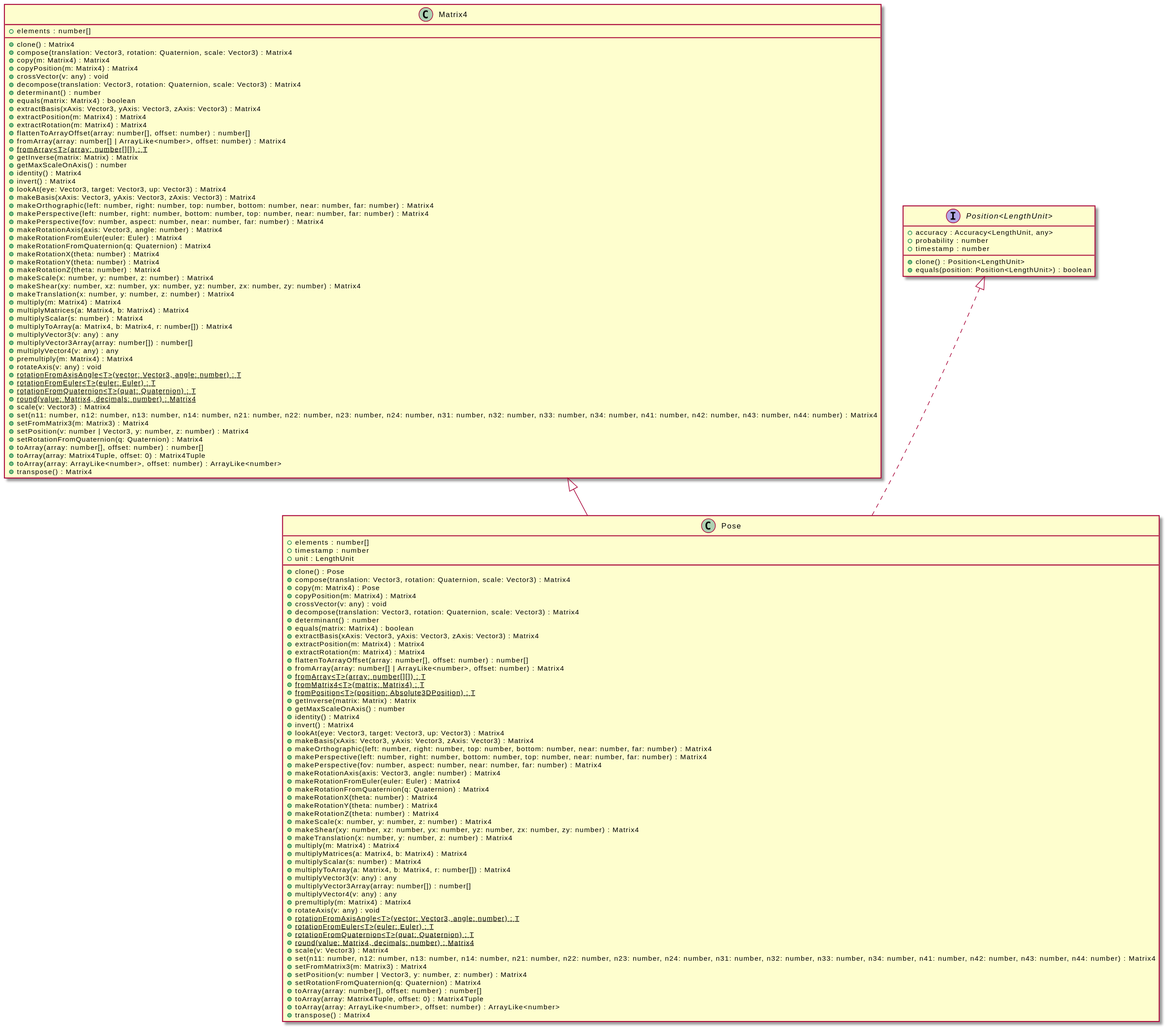
Before: assets/Pose-umlClassDiagram-4062.svg, a diagram exported from PlantUML (OpenHPS/openhps-core).
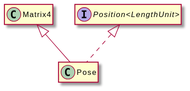
After the commit.

What changed in the source:
```diff
@@ -3,130 +3,11 @@
 hide empty methods
 hide empty fields
 class "Pose" {
-    +elements : number[]
-    +timestamp : number
-    +unit : LengthUnit
-    +clone() : Pose
-    +compose(translation: Vector3, rotation: Quaternion, scale: Vector3) : Matrix4
-    +copy(m: Matrix4) : Pose
-    +copyPosition(m: Matrix4) : Matrix4
-    +crossVector(v: any) : void
-    +decompose(translation: Vector3, rotation: Quaternion, scale: Vector3) : Matrix4
-    +determinant() : number
-    +equals(matrix: Matrix4) : boolean
-    +extractBasis(xAxis: Vector3, yAxis: Vector3, zAxis: Vector3) : Matrix4
-    +extractPosition(m: Matrix4) : Matrix4
-    +extractRotation(m: Matrix4) : Matrix4
-    +flattenToArrayOffset(array: number[], offset: number) : number[]
-    +fromArray(array: number[] | ArrayLike<number>, offset: number) : Matrix4
-    {static} +fromArray<T>(array: number[][]) : T
-    {static} +fromMatrix4<T>(matrix: Matrix4) : T
-    {static} +fromPosition<T>(position: Absolute3DPosition) : T
-    +getInverse(matrix: Matrix) : Matrix
-    +getMaxScaleOnAxis() : number
-    +identity() : Matrix4
-    +invert() : Matrix4
-    +lookAt(eye: Vector3, target: Vector3, up: Vector3) : Matrix4
-    +makeBasis(xAxis: Vector3, yAxis: Vector3, zAxis: Vector3) : Matrix4
-    +makeOrthographic(left: number, right: number, top: number, bottom: number, near: number, far: number) : Matrix4
-    +makePerspective(left: number, right: number, bottom: number, top: number, near: number, far: number) : Matrix4
-    +makePerspective(fov: number, aspect: number, near: number, far: number) : Matrix4
-    +makeRotationAxis(axis: Vector3, angle: number) : Matrix4
-    +makeRotationFromEuler(euler: Euler) : Matrix4
-    +makeRotationFromQuaternion(q: Quaternion) : Matrix4
-    +makeRotationX(theta: number) : Matrix4
-    +makeRotationY(theta: number) : Matrix4
-    +makeRotationZ(theta: number) : Matrix4
-    +makeScale(x: number, y: number, z: number) : Matrix4
-    +makeShear(xy: number, xz: number, yx: number, yz: number, zx: number, zy: number) : Matrix4
-    +makeTranslation(x: number, y: number, z: number) : Matrix4
-    +multiply(m: Matrix4) : Matrix4
-    +multiplyMatrices(a: Matrix4, b: Matrix4) : Matrix4
-    +multiplyScalar(s: number) : Matrix4
-    +multiplyToArray(a: Matrix4, b: Matrix4, r: number[]) : Matrix4
-    +multiplyVector3(v: any) : any
-    +multiplyVector3Array(array: number[]) : number[]
-    +multiplyVector4(v: any) : any
-    +premultiply(m: Matrix4) : Matrix4
-    +rotateAxis(v: any) : void
-    {static} +rotationFromAxisAngle<T>(vector: Vector3, angle: number) : T
-    {static} +rotationFromEuler<T>(euler: Euler) : T
-    {static} +rotationFromQuaternion<T>(quat: Quaternion) : T
-    {static} +round(value: Matrix4, decimals: number) : Matrix4
-    +scale(v: Vector3) : Matrix4
-    +set(n11: number, n12: number, n13: number, n14: number, n21: number, n22: number, n23: number, n24: number, n31: number, n32: number, n33: number, n34: number, n41: number, n42: number, n43: number, n44: number) : Matrix4
-    +setFromMatrix3(m: Matrix3) : Matrix4
-    +setPosition(v: number | Vector3, y: number, z: number) : Matrix4
-    +setRotationFromQuaternion(q: Quaternion) : Matrix4
-    +toArray(array: number[], offset: number) : number[]
-    +toArray(array: Matrix4Tuple, offset: 0) : Matrix4Tuple
-    +toArray(array: ArrayLike<number>, offset: number) : ArrayLike<number>
-    +transpose() : Matrix4
 }
 class "Matrix4" {
-    +elements : number[]
-    +clone() : Matrix4
-    +compose(translation: Vector3, rotation: Quaternion, scale: Vector3) : Matrix4
-    +copy(m: Matrix4) : Matrix4
-    +copyPosition(m: Matrix4) : Matrix4
-    +crossVector(v: any) : void
-    +decompose(translation: Vector3, rotation: Quaternion, scale: Vector3) : Matrix4
-    +determinant() : number
-    +equals(matrix: Matrix4) : boolean
-    +extractBasis(xAxis: Vector3, yAxis: Vector3, zAxis: Vector3) : Matrix4
-    +extractPosition(m: Matrix4) : Matrix4
-    +extractRotation(m: Matrix4) : Matrix4
-    +flattenToArrayOffset(array: number[], offset: number) : number[]
-    +fromArray(array: number[] | ArrayLike<number>, offset: number) : Matrix4
-    {static} +fromArray<T>(array: number[][]) : T
-    +getInverse(matrix: Matrix) : Matrix
-    +getMaxScaleOnAxis() : number
-    +identity() : Matrix4
-    +invert() : Matrix4
-    +lookAt(eye: Vector3, target: Vector3, up: Vector3) : Matrix4
-    +makeBasis(xAxis: Vector3, yAxis: Vector3, zAxis: Vector3) : Matrix4
-    +makeOrthographic(left: number, right: number, top: number, bottom: number, near: number, far: number) : Matrix4
-    +makePerspective(left: number, right: number, bottom: number, top: number, near: number, far: number) : Matrix4
-    +makePerspective(fov: number, aspect: number, near: number, far: number) : Matrix4
-    +makeRotationAxis(axis: Vector3, angle: number) : Matrix4
-    +makeRotationFromEuler(euler: Euler) : Matrix4
-    +makeRotationFromQuaternion(q: Quaternion) : Matrix4
-    +makeRotationX(theta: number) : Matrix4
-    +makeRotationY(theta: number) : Matrix4
-    +makeRotationZ(theta: number) : Matrix4
-    +makeScale(x: number, y: number, z: number) : Matrix4
-    +makeShear(xy: number, xz: number, yx: number, yz: number, zx: number, zy: number) : Matrix4
-    +makeTranslation(x: number, y: number, z: number) : Matrix4
-    +multiply(m: Matrix4) : Matrix4
-    +multiplyMatrices(a: Matrix4, b: Matrix4) : Matrix4
-    +multiplyScalar(s: number) : Matrix4
-    +multiplyToArray(a: Matrix4, b: Matrix4, r: number[]) : Matrix4
-    +multiplyVector3(v: any) : any
-    +multiplyVector3Array(array: number[]) : number[]
-    +multiplyVector4(v: any) : any
-    +premultiply(m: Matrix4) : Matrix4
-    +rotateAxis(v: any) : void
-    {static} +rotationFromAxisAngle<T>(vector: Vector3, angle: number) : T
-    {static} +rotationFromEuler<T>(euler: Euler) : T
-    {static} +rotationFromQuaternion<T>(quat: Quaternion) : T
-    {static} +round(value: Matrix4, decimals: number) : Matrix4
-    +scale(v: Vector3) : Matrix4
-    +set(n11: number, n12: number, n13: number, n14: number, n21: number, n22: number, n23: number, n24: number, n31: number, n32: number, n33: number, n34: number, n41: number, n42: number, n43: number, n44: number) : Matrix4
-    +setFromMatrix3(m: Matrix3) : Matrix4
-    +setPosition(v: number | Vector3, y: number, z: number) : Matrix4
-    +setRotationFromQuaternion(q: Quaternion) : Matrix4
-    +toArray(array: number[], offset: number) : number[]
-    +toArray(array: Matrix4Tuple, offset: 0) : Matrix4Tuple
-    +toArray(array: ArrayLike<number>, offset: number) : ArrayLike<number>
-    +transpose() : Matrix4
 }
 "Matrix4" <|-- "Pose"
 interface "Position<LengthUnit>" {
-    +accuracy : Accuracy<LengthUnit, any>
-    +probability : number
-    +timestamp : number
-    +clone() : Position<LengthUnit>
-    +equals(position: Position<LengthUnit>) : boolean
 }
 "Position<LengthUnit>" <|.. "Pose"
 @enduml
```
